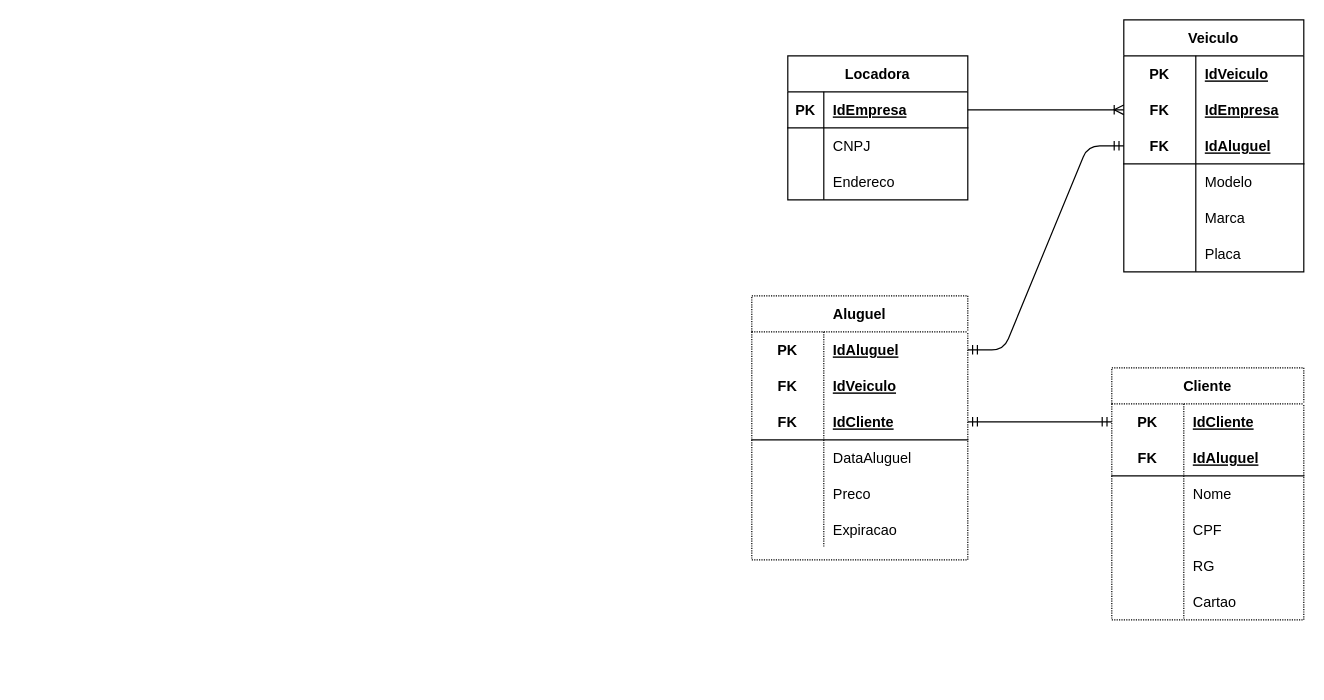
This is page "Logico" (2 of 2) of 1.2-exercicio-locadora/1.2-exercicio-locadora.drawio from Brunodonadei/exercicios-sprint-1-bd, a draw.io file, before an edit. Source tidied: cells renumbered, new cells numbered last; positions are measured from the earlier drawing's top-left corner, leaving out a move shared by most shapes. Both pictures are drawn from the tidied source at 120%, with x=0, y=0 at pixel (751, 19).
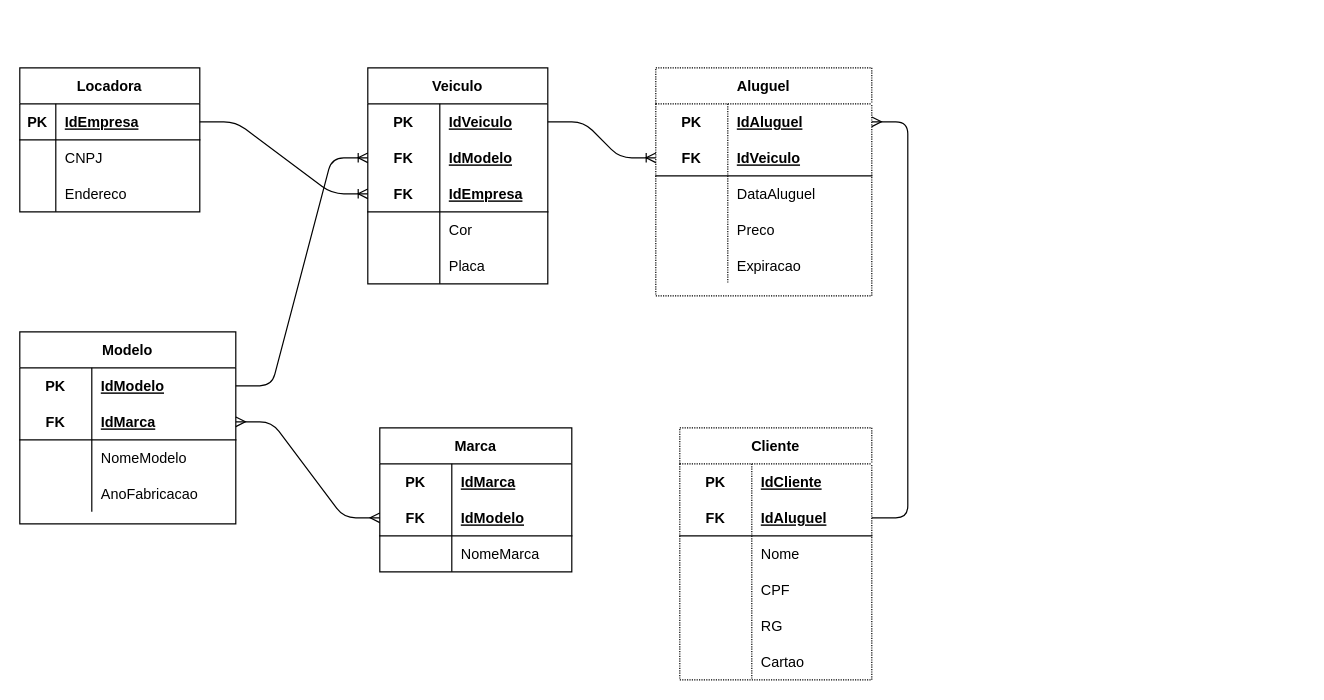
Above is the later version.

Unchanged cells that the change refers to:
```xml
<mxCell id="3" style="shape=partialRectangle;fillColor=none;top=0;left=0;bottom=1;right=0;points=[[0,0.5],[1,0.5]];portConstraint=eastwest;" parent="2" vertex="1">
  <mxGeometry y="30" width="150" height="30" as="geometry" />
</mxCell>
<mxCell id="13" style="shape=partialRectangle;fillColor=none;top=0;left=0;bottom=0;right=0;points=[[0,0.5],[1,0.5]];portConstraint=eastwest;" parent="12" vertex="1">
  <mxGeometry y="30" width="150" height="30" as="geometry" />
</mxCell>
<mxCell id="16" style="shape=partialRectangle;fillColor=none;top=0;left=0;bottom=0;right=0;points=[[0,0.5],[1,0.5]];portConstraint=eastwest;" parent="12" vertex="1">
  <mxGeometry y="60" width="150" height="30" as="geometry" />
</mxCell>
<mxCell id="19" style="shape=partialRectangle;fillColor=none;top=0;left=0;bottom=1;right=0;points=[[0,0.5],[1,0.5]];portConstraint=eastwest;" parent="12" vertex="1">
  <mxGeometry y="90" width="150" height="30" as="geometry" />
</mxCell>
<mxCell id="22" style="shape=partialRectangle;fillColor=none;top=0;left=0;bottom=0;right=0;" parent="12" vertex="1">
  <mxGeometry y="120" width="150" height="30" as="geometry" />
</mxCell>
<mxCell id="36" style="shape=partialRectangle;fillColor=none;top=0;left=0;bottom=1;right=0;points=[[0,0.5],[1,0.5]];portConstraint=eastwest;" parent="32" vertex="1">
  <mxGeometry y="60" width="160" height="30" as="geometry" />
</mxCell>
<mxCell id="52" style="shape=partialRectangle;fillColor=none;top=0;left=0;bottom=0;right=0;points=[[0,0.5],[1,0.5]];portConstraint=eastwest;" parent="51" vertex="1">
  <mxGeometry y="30" width="180" height="30" as="geometry" />
</mxCell>
```

Change to the diagram source:
```diff
@@
     <mxCell id="2" value="Locadora" style="shape=table;startSize=30;childLayout=tableLayout;rowLines=0;fontStyle=1;align=center;" parent="1" vertex="1">
-      <mxGeometry x="30" y="30" width="150" height="120" as="geometry" />
+      <mxGeometry x="-610" y="40" width="150" height="120" as="geometry" />
     </mxCell>
@@
     <mxCell id="12" value="Veiculo" style="shape=table;startSize=30;childLayout=tableLayout;rowLines=0;fontStyle=1;align=center;" parent="1" vertex="1">
-      <mxGeometry x="310" width="150" height="210" as="geometry" />
+      <mxGeometry x="-320" y="40" width="150" height="180" as="geometry" />
     </mxCell>
@@
-    <mxCell id="17" value="FK" style="shape=partialRectangle;fillColor=none;top=0;left=0;bottom=0;right=0;fontStyle=1;overflow=hidden;" parent="16" vertex="1">
-      <mxGeometry width="60" height="30" as="geometry" />
-    </mxCell>
-    <mxCell id="18" value="IdEmpresa" style="shape=partialRectangle;fillColor=none;top=0;left=0;bottom=0;right=0;align=left;spacingLeft=6;fontStyle=5;overflow=hidden;" parent="16" vertex="1">
-      <mxGeometry x="60" width="90" height="30" as="geometry" />
-    </mxCell>
+    <mxCell id="72" value="FK" style="shape=partialRectangle;fillColor=none;top=0;left=0;bottom=0;right=0;fontStyle=1;overflow=hidden;" parent="16" vertex="1">
+      <mxGeometry width="60" height="30" as="geometry" />
+    </mxCell>
+    <mxCell id="73" value="IdModelo" style="shape=partialRectangle;fillColor=none;top=0;left=0;bottom=0;right=0;align=left;spacingLeft=6;fontStyle=5;overflow=hidden;" parent="16" vertex="1">
+      <mxGeometry x="60" width="90" height="30" as="geometry" />
+    </mxCell>
@@
-    <mxCell id="21" value="IdAluguel" style="shape=partialRectangle;fillColor=none;top=0;left=0;bottom=0;right=0;align=left;spacingLeft=6;fontStyle=5;overflow=hidden;" parent="19" vertex="1">
+    <mxCell id="21" value="IdEmpresa" style="shape=partialRectangle;fillColor=none;top=0;left=0;bottom=0;right=0;align=left;spacingLeft=6;fontStyle=5;overflow=hidden;" parent="19" vertex="1">
       <mxGeometry x="60" width="90" height="30" as="geometry" />
     </mxCell>
@@
-    <mxCell id="24" value="Modelo" style="shape=partialRectangle;fillColor=none;top=0;left=0;bottom=0;right=0;align=left;spacingLeft=6;overflow=hidden;" parent="22" vertex="1">
+    <mxCell id="24" value="Cor" style="shape=partialRectangle;fillColor=none;top=0;left=0;bottom=0;right=0;align=left;spacingLeft=6;overflow=hidden;" parent="22" vertex="1">
       <mxGeometry x="60" width="90" height="30" as="geometry" />
     </mxCell>
-    <mxCell id="25" style="shape=partialRectangle;fillColor=none;top=0;left=0;bottom=0;right=0;" parent="12" vertex="1">
-      <mxGeometry y="150" width="150" height="30" as="geometry" />
-    </mxCell>
-    <mxCell id="26" style="shape=partialRectangle;fillColor=none;top=0;left=0;bottom=0;right=0;overflow=hidden;" parent="25" vertex="1">
-      <mxGeometry width="60" height="30" as="geometry" />
-    </mxCell>
-    <mxCell id="27" value="Marca" style="shape=partialRectangle;fillColor=none;top=0;left=0;bottom=0;right=0;align=left;spacingLeft=6;overflow=hidden;" parent="25" vertex="1">
-      <mxGeometry x="60" width="90" height="30" as="geometry" />
-    </mxCell>
     <mxCell id="28" style="shape=partialRectangle;fillColor=none;top=0;left=0;bottom=0;right=0;" parent="12" vertex="1">
-      <mxGeometry y="180" width="150" height="30" as="geometry" />
+      <mxGeometry y="150" width="150" height="30" as="geometry" />
     </mxCell>
@@
-    <mxCell id="31" style="edgeStyle=entityRelationEdgeStyle;fontSize=12;html=1;endArrow=ERoneToMany;exitX=1;exitY=0.5;exitDx=0;exitDy=0;entryX=0;entryY=0.5;entryDx=0;entryDy=0;" parent="1" edge="1" source="3" target="16">
+    <mxCell id="31" style="edgeStyle=entityRelationEdgeStyle;fontSize=12;html=1;endArrow=ERoneToMany;exitX=1;exitY=0.5;exitDx=0;exitDy=0;entryX=0;entryY=0.5;entryDx=0;entryDy=0;" parent="1" edge="1" source="3" target="19">
       <mxGeometry relative="1" as="geometry" />
     </mxCell>
     <mxCell id="32" value="Cliente" style="shape=table;startSize=30;childLayout=tableLayout;rowLines=0;fontStyle=1;align=center;dashed=1;dashPattern=1 1;strokeWidth=1;fillColor=#ffffff;gradientColor=none;" parent="1" vertex="1">
-      <mxGeometry x="300" y="290" width="160" height="210" as="geometry" />
+      <mxGeometry x="-60" y="340" width="160" height="210" as="geometry" />
     </mxCell>
-    <mxCell id="33" style="shape=partialRectangle;fillColor=none;top=0;left=0;bottom=0;right=0;points=[[0,0.5],[1,0.5]];portConstraint=eastwest;" parent="32" vertex="1">
-      <mxGeometry y="30" width="160" height="30" as="geometry" />
-    </mxCell>
-    <mxCell id="34" value="PK" style="shape=partialRectangle;fillColor=none;top=0;left=0;bottom=0;right=0;fontStyle=1;overflow=hidden;" parent="33" vertex="1">
-      <mxGeometry width="60" height="30" as="geometry" />
-    </mxCell>
+    <mxCell id="74" style="shape=partialRectangle;fillColor=none;top=0;left=0;bottom=0;right=0;" parent="32" vertex="1">
+      <mxGeometry y="30" width="160" height="30" as="geometry" />
+    </mxCell>
+    <mxCell id="75" value="PK" style="shape=partialRectangle;fillColor=none;top=0;left=0;bottom=0;right=0;fontStyle=1;overflow=hidden;" parent="74" vertex="1">
+      <mxGeometry width="60" height="30" as="geometry" />
+    </mxCell>
-    <mxCell id="35" value="IdCliente" style="shape=partialRectangle;fillColor=none;top=0;left=0;bottom=0;right=0;align=left;spacingLeft=6;fontStyle=5;overflow=hidden;" parent="33" vertex="1">
+    <mxCell id="35" value="IdCliente" style="shape=partialRectangle;fillColor=none;top=0;left=0;bottom=0;right=0;align=left;spacingLeft=6;fontStyle=5;overflow=hidden;" parent="74" vertex="1">
       <mxGeometry x="60" width="100" height="30" as="geometry" />
     </mxCell>
@@
     <mxCell id="51" value="Aluguel" style="shape=table;startSize=30;childLayout=tableLayout;rowLines=0;fontStyle=1;align=center;dashed=1;dashPattern=1 1;strokeWidth=1;fillColor=#ffffff;gradientColor=none;" parent="1" vertex="1">
-      <mxGeometry y="230" width="180" height="220" as="geometry" />
+      <mxGeometry x="-80" y="40" width="180" height="190" as="geometry" />
     </mxCell>
@@
-    <mxCell id="55" style="shape=partialRectangle;fillColor=none;top=0;left=0;bottom=0;right=0;" parent="51" vertex="1">
-      <mxGeometry y="60" width="180" height="30" as="geometry" />
-    </mxCell>
-    <mxCell id="56" value="FK" style="shape=partialRectangle;fillColor=none;top=0;left=0;bottom=0;right=0;fontStyle=1;overflow=hidden;" parent="55" vertex="1">
-      <mxGeometry width="60" height="30" as="geometry" />
-    </mxCell>
-    <mxCell id="57" value="IdVeiculo" style="shape=partialRectangle;fillColor=none;top=0;left=0;bottom=0;right=0;align=left;spacingLeft=6;fontStyle=5;overflow=hidden;" parent="55" vertex="1">
-      <mxGeometry x="60" width="120" height="30" as="geometry" />
-    </mxCell>
     <mxCell id="58" style="shape=partialRectangle;fillColor=none;top=0;left=0;bottom=1;right=0;points=[[0,0.5],[1,0.5]];portConstraint=eastwest;" parent="51" vertex="1">
-      <mxGeometry y="90" width="180" height="30" as="geometry" />
+      <mxGeometry y="60" width="180" height="30" as="geometry" />
     </mxCell>
@@
-    <mxCell id="60" value="IdCliente" style="shape=partialRectangle;fillColor=none;top=0;left=0;bottom=0;right=0;align=left;spacingLeft=6;fontStyle=5;overflow=hidden;" parent="58" vertex="1">
+    <mxCell id="60" value="IdVeiculo" style="shape=partialRectangle;fillColor=none;top=0;left=0;bottom=0;right=0;align=left;spacingLeft=6;fontStyle=5;overflow=hidden;" parent="58" vertex="1">
       <mxGeometry x="60" width="120" height="30" as="geometry" />
     </mxCell>
     <mxCell id="61" style="shape=partialRectangle;fillColor=none;top=0;left=0;bottom=0;right=0;" parent="51" vertex="1">
-      <mxGeometry y="120" width="180" height="30" as="geometry" />
+      <mxGeometry y="90" width="180" height="30" as="geometry" />
     </mxCell>
@@
     <mxCell id="64" style="shape=partialRectangle;fillColor=none;top=0;left=0;bottom=0;right=0;" parent="51" vertex="1">
-      <mxGeometry y="150" width="180" height="30" as="geometry" />
+      <mxGeometry y="120" width="180" height="30" as="geometry" />
     </mxCell>
@@
     <mxCell id="67" style="shape=partialRectangle;fillColor=none;top=0;left=0;bottom=0;right=0;" parent="51" vertex="1">
-      <mxGeometry y="180" width="180" height="30" as="geometry" />
+      <mxGeometry y="150" width="180" height="30" as="geometry" />
     </mxCell>
@@
-    <mxCell id="70" style="edgeStyle=entityRelationEdgeStyle;fontSize=12;html=1;endArrow=ERmandOne;startArrow=ERmandOne;entryX=0;entryY=0.5;entryDx=0;entryDy=0;exitX=1;exitY=0.5;exitDx=0;exitDy=0;" parent="1" edge="1" source="58" target="33">
-      <mxGeometry relative="1" as="geometry" />
-    </mxCell>
-    <mxCell id="71" style="edgeStyle=entityRelationEdgeStyle;fontSize=12;html=1;endArrow=ERmandOne;startArrow=ERmandOne;entryX=1;entryY=0.5;entryDx=0;entryDy=0;exitX=0;exitY=0.5;exitDx=0;exitDy=0;" parent="1" edge="1" source="19" target="52">
-      <mxGeometry relative="1" as="geometry" />
-    </mxCell>
+    <mxCell id="27" value="Marca" style="shape=table;startSize=30;childLayout=tableLayout;rowLines=0;fontStyle=1;align=center;" parent="1" vertex="1">
+      <mxGeometry x="-310" y="340" width="160" height="120" as="geometry" />
+    </mxCell>
+    <mxCell id="76" style="shape=partialRectangle;fillColor=none;top=0;left=0;bottom=0;right=0;" parent="27" vertex="1">
+      <mxGeometry y="30" width="160" height="30" as="geometry" />
+    </mxCell>
+    <mxCell id="77" value="PK" style="shape=partialRectangle;fillColor=none;top=0;left=0;bottom=0;right=0;fontStyle=1;overflow=hidden;" parent="76" vertex="1">
+      <mxGeometry width="60" height="30" as="geometry" />
+    </mxCell>
+    <mxCell id="78" value="IdMarca" style="shape=partialRectangle;fillColor=none;top=0;left=0;bottom=0;right=0;align=left;spacingLeft=6;fontStyle=5;overflow=hidden;" parent="76" vertex="1">
+      <mxGeometry x="60" width="100" height="30" as="geometry" />
+    </mxCell>
+    <mxCell id="79" style="shape=partialRectangle;fillColor=none;top=0;left=0;bottom=1;right=0;points=[[0,0.5],[1,0.5]];portConstraint=eastwest;" parent="27" vertex="1">
+      <mxGeometry y="60" width="160" height="30" as="geometry" />
+    </mxCell>
+    <mxCell id="80" value="FK" style="shape=partialRectangle;fillColor=none;top=0;left=0;bottom=0;right=0;fontStyle=1;overflow=hidden;" parent="79" vertex="1">
+      <mxGeometry width="60" height="30" as="geometry" />
+    </mxCell>
+    <mxCell id="81" value="IdModelo" style="shape=partialRectangle;fillColor=none;top=0;left=0;bottom=0;right=0;align=left;spacingLeft=6;fontStyle=5;overflow=hidden;" parent="79" vertex="1">
+      <mxGeometry x="60" width="100" height="30" as="geometry" />
+    </mxCell>
+    <mxCell id="82" style="shape=partialRectangle;fillColor=none;top=0;left=0;bottom=0;right=0;" parent="27" vertex="1">
+      <mxGeometry y="90" width="160" height="30" as="geometry" />
+    </mxCell>
+    <mxCell id="83" style="shape=partialRectangle;fillColor=none;top=0;left=0;bottom=0;right=0;overflow=hidden;" parent="82" vertex="1">
+      <mxGeometry width="60" height="30" as="geometry" />
+    </mxCell>
+    <mxCell id="84" value="NomeMarca" style="shape=partialRectangle;fillColor=none;top=0;left=0;bottom=0;right=0;align=left;spacingLeft=6;overflow=hidden;" parent="82" vertex="1">
+      <mxGeometry x="60" width="100" height="30" as="geometry" />
+    </mxCell>
+    <mxCell id="85" value="Modelo" style="shape=table;startSize=30;childLayout=tableLayout;rowLines=0;fontStyle=1;align=center;" parent="1" vertex="1">
+      <mxGeometry x="-610" y="260" width="180" height="160" as="geometry" />
+    </mxCell>
+    <mxCell id="86" style="shape=partialRectangle;fillColor=none;top=0;left=0;bottom=0;right=0;points=[[0,0.5],[1,0.5]];portConstraint=eastwest;" parent="85" vertex="1">
+      <mxGeometry y="30" width="180" height="30" as="geometry" />
+    </mxCell>
+    <mxCell id="87" value="PK" style="shape=partialRectangle;fillColor=none;top=0;left=0;bottom=0;right=0;fontStyle=1;overflow=hidden;" parent="86" vertex="1">
+      <mxGeometry width="60" height="30" as="geometry" />
+    </mxCell>
+    <mxCell id="88" value="IdModelo" style="shape=partialRectangle;fillColor=none;top=0;left=0;bottom=0;right=0;align=left;spacingLeft=6;fontStyle=5;overflow=hidden;" parent="86" vertex="1">
+      <mxGeometry x="60" width="120" height="30" as="geometry" />
+    </mxCell>
+    <mxCell id="89" style="shape=partialRectangle;fillColor=none;top=0;left=0;bottom=1;right=0;points=[[0,0.5],[1,0.5]];portConstraint=eastwest;" parent="85" vertex="1">
+      <mxGeometry y="60" width="180" height="30" as="geometry" />
+    </mxCell>
+    <mxCell id="90" value="FK" style="shape=partialRectangle;fillColor=none;top=0;left=0;bottom=0;right=0;fontStyle=1;overflow=hidden;" parent="89" vertex="1">
+      <mxGeometry width="60" height="30" as="geometry" />
+    </mxCell>
+    <mxCell id="91" value="IdMarca" style="shape=partialRectangle;fillColor=none;top=0;left=0;bottom=0;right=0;align=left;spacingLeft=6;fontStyle=5;overflow=hidden;" parent="89" vertex="1">
+      <mxGeometry x="60" width="120" height="30" as="geometry" />
+    </mxCell>
+    <mxCell id="92" style="shape=partialRectangle;fillColor=none;top=0;left=0;bottom=0;right=0;" parent="85" vertex="1">
+      <mxGeometry y="90" width="180" height="30" as="geometry" />
+    </mxCell>
+    <mxCell id="93" style="shape=partialRectangle;fillColor=none;top=0;left=0;bottom=0;right=0;overflow=hidden;" parent="92" vertex="1">
+      <mxGeometry width="60" height="30" as="geometry" />
+    </mxCell>
+    <mxCell id="94" value="NomeModelo" style="shape=partialRectangle;fillColor=none;top=0;left=0;bottom=0;right=0;align=left;spacingLeft=6;overflow=hidden;" parent="92" vertex="1">
+      <mxGeometry x="60" width="120" height="30" as="geometry" />
+    </mxCell>
+    <mxCell id="95" style="shape=partialRectangle;fillColor=none;top=0;left=0;bottom=0;right=0;" parent="85" vertex="1">
+      <mxGeometry y="120" width="180" height="30" as="geometry" />
+    </mxCell>
+    <mxCell id="96" style="shape=partialRectangle;fillColor=none;top=0;left=0;bottom=0;right=0;overflow=hidden;" parent="95" vertex="1">
+      <mxGeometry width="60" height="30" as="geometry" />
+    </mxCell>
+    <mxCell id="97" value="AnoFabricacao" style="shape=partialRectangle;fillColor=none;top=0;left=0;bottom=0;right=0;align=left;spacingLeft=6;overflow=hidden;" parent="95" vertex="1">
+      <mxGeometry x="60" width="120" height="30" as="geometry" />
+    </mxCell>
+    <mxCell id="98" style="edgeStyle=entityRelationEdgeStyle;fontSize=12;html=1;endArrow=ERmany;startArrow=ERmany;entryX=1;entryY=0.5;entryDx=0;entryDy=0;exitX=0;exitY=0.5;exitDx=0;exitDy=0;" parent="1" edge="1" source="79" target="89">
+      <mxGeometry relative="1" as="geometry" />
+    </mxCell>
+    <mxCell id="99" style="edgeStyle=entityRelationEdgeStyle;fontSize=12;html=1;endArrow=ERmany;exitX=1;exitY=0.5;exitDx=0;exitDy=0;entryX=1;entryY=0.5;entryDx=0;entryDy=0;" parent="1" edge="1" source="36" target="52">
+      <mxGeometry relative="1" as="geometry" />
+    </mxCell>
+    <mxCell id="100" style="edgeStyle=entityRelationEdgeStyle;fontSize=12;html=1;endArrow=ERoneToMany;exitX=1;exitY=0.5;exitDx=0;exitDy=0;entryX=0;entryY=0.5;entryDx=0;entryDy=0;" parent="1" edge="1" source="13">
+      <mxGeometry relative="1" as="geometry">
+        <mxPoint x="-80" y="115" as="targetPoint" />
+      </mxGeometry>
+    </mxCell>
+    <mxCell id="101" style="edgeStyle=entityRelationEdgeStyle;fontSize=12;html=1;endArrow=ERoneToMany;exitX=1;exitY=0.5;exitDx=0;exitDy=0;entryX=0;entryY=0.5;entryDx=0;entryDy=0;" parent="1" edge="1" source="86" target="16">
+      <mxGeometry relative="1" as="geometry" />
+    </mxCell>
```
